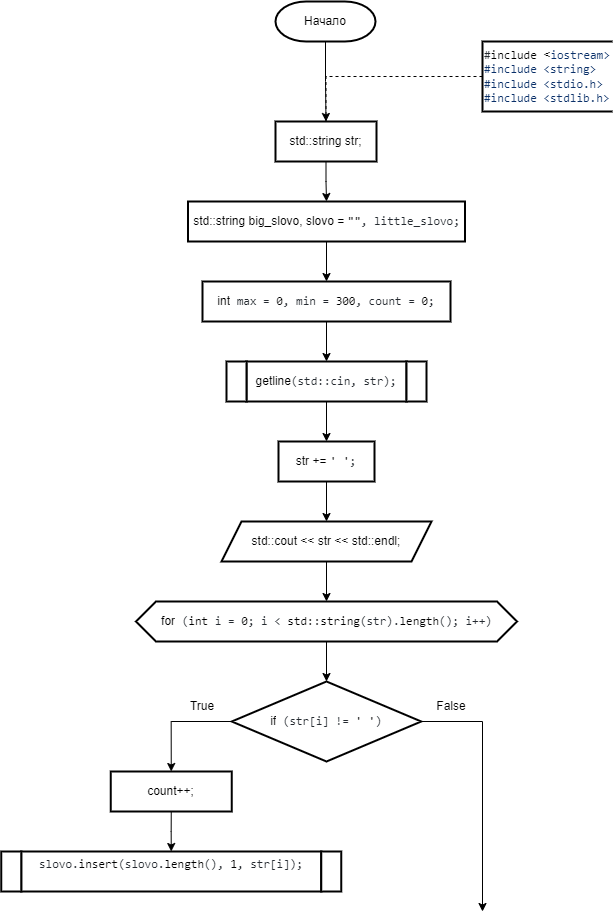
Above: 2 Семестр/Labs/6 Лаба/6 Лаба.png in IlyaFedoseev227/LABS-PNRPU-IVT-22-1b (draw.io), before the change. Source tidied: cells renumbered, new cells last; positions are measured from the earlier drawing's top-left corner, leaving out a move shared by most shapes.
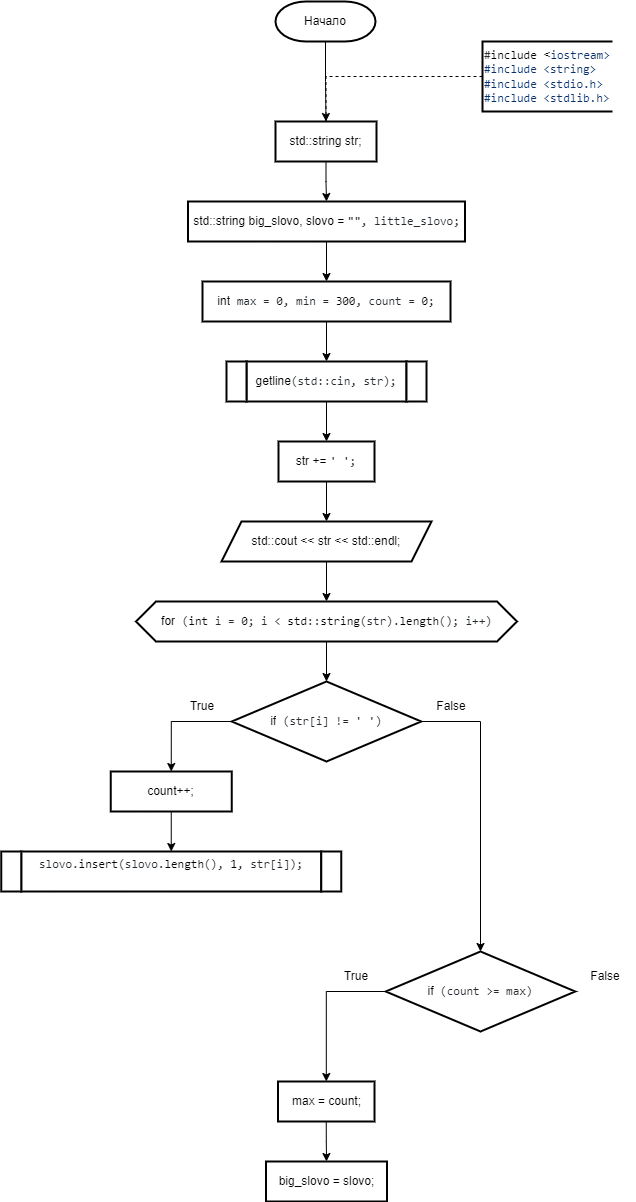
After the commit.

What changed in the source:
```diff
@@ -69,10 +69,8 @@
     <mxCell id="22" style="edgeStyle=orthogonalEdgeStyle;rounded=0;jettySize=auto;html=1;exitX=0;exitY=0.5;exitDx=0;exitDy=0;entryX=0.5;entryY=0;entryDx=0;entryDy=0;strokeWidth=1;endArrow=classic;endFill=1;" parent="1" edge="1" source="24" target="28">
       <mxGeometry relative="1" as="geometry" />
     </mxCell>
-    <mxCell id="23" style="edgeStyle=orthogonalEdgeStyle;rounded=0;jettySize=auto;html=1;exitX=1;exitY=0.5;exitDx=0;exitDy=0;strokeWidth=1;endArrow=classic;endFill=1;" parent="1" edge="1" source="24">
-      <mxGeometry relative="1" as="geometry">
-        <mxPoint x="481" y="910" as="targetPoint" />
-      </mxGeometry>
+    <mxCell id="23" style="edgeStyle=orthogonalEdgeStyle;rounded=0;jettySize=auto;html=1;exitX=1;exitY=0.5;exitDx=0;exitDy=0;strokeWidth=1;endArrow=classic;endFill=1;entryX=0.5;entryY=0;entryDx=0;entryDy=0;" parent="1" edge="1" source="24" target="33">
+      <mxGeometry relative="1" as="geometry" />
     </mxCell>
     <mxCell id="24" value="&lt;div style=&quot;text-align: start;&quot;&gt;if&lt;span style=&quot;color: rgb(36, 41, 47); font-family: ui-monospace, SFMono-Regular, &amp;quot;SF Mono&amp;quot;, Menlo, Consolas, &amp;quot;Liberation Mono&amp;quot;, monospace; background-color: rgb(255, 255, 255);&quot;&gt; (str[i] != &lt;/span&gt;&lt;span style=&quot;box-sizing: border-box; color: var(--color-prettylights-syntax-string); font-family: ui-monospace, SFMono-Regular, &amp;quot;SF Mono&amp;quot;, Menlo, Consolas, &amp;quot;Liberation Mono&amp;quot;, monospace; background-color: rgb(255, 255, 255);&quot; class=&quot;pl-s&quot;&gt;&lt;span style=&quot;box-sizing: border-box; color: var(--color-prettylights-syntax-string);&quot; class=&quot;pl-pds&quot;&gt;'&lt;/span&gt; &lt;span style=&quot;box-sizing: border-box; color: var(--color-prettylights-syntax-string);&quot; class=&quot;pl-pds&quot;&gt;'&lt;/span&gt;&lt;/span&gt;&lt;span style=&quot;color: rgb(36, 41, 47); font-family: ui-monospace, SFMono-Regular, &amp;quot;SF Mono&amp;quot;, Menlo, Consolas, &amp;quot;Liberation Mono&amp;quot;, monospace; background-color: rgb(255, 255, 255);&quot;&gt;)&lt;/span&gt;&lt;br&gt;&lt;/div&gt;" style="rhombus;whiteSpace=wrap;html=1;strokeWidth=2;" parent="1" vertex="1">
       <mxGeometry x="230.2" y="680" width="189.5" height="80" as="geometry" />
@@ -98,5 +96,26 @@
     <mxCell id="31" value="&lt;div style=&quot;text-align: start;&quot;&gt;&lt;br&gt;&lt;/div&gt;" style="shape=parallelogram;perimeter=parallelogramPerimeter;whiteSpace=wrap;html=1;fixedSize=1;strokeWidth=2;size=-6;" parent="1" vertex="1">
       <mxGeometry x="-0.2" y="850" width="20" height="40" as="geometry" />
     </mxCell>
+    <mxCell id="32" style="edgeStyle=orthogonalEdgeStyle;rounded=0;jettySize=auto;html=1;exitX=0;exitY=0.5;exitDx=0;exitDy=0;" parent="1" edge="1" source="33" target="37">
+      <mxGeometry relative="1" as="geometry" />
+    </mxCell>
+    <mxCell id="33" value="&lt;div style=&quot;text-align: start;&quot;&gt;if&lt;span style=&quot;color: rgb(36, 41, 47); font-family: ui-monospace, SFMono-Regular, &amp;quot;SF Mono&amp;quot;, Menlo, Consolas, &amp;quot;Liberation Mono&amp;quot;, monospace; background-color: rgb(255, 255, 255);&quot;&gt; (count &amp;gt;= max)&lt;/span&gt;&lt;br&gt;&lt;/div&gt;" style="rhombus;whiteSpace=wrap;html=1;strokeWidth=2;" parent="1" vertex="1">
+      <mxGeometry x="384.2" y="950" width="189.5" height="80" as="geometry" />
+    </mxCell>
+    <mxCell id="34" value="True" style="text;html=1;strokeColor=none;fillColor=none;align=center;verticalAlign=middle;whiteSpace=wrap;rounded=0;strokeWidth=2;" parent="1" vertex="1">
+      <mxGeometry x="325" y="960" width="60" height="30" as="geometry" />
+    </mxCell>
+    <mxCell id="35" value="False" style="text;html=1;strokeColor=none;fillColor=none;align=center;verticalAlign=middle;whiteSpace=wrap;rounded=0;strokeWidth=2;" parent="1" vertex="1">
+      <mxGeometry x="573.8" y="960" width="60" height="30" as="geometry" />
+    </mxCell>
+    <mxCell id="36" style="edgeStyle=orthogonalEdgeStyle;rounded=0;jettySize=auto;html=1;exitX=0.5;exitY=1;exitDx=0;exitDy=0;" parent="1" edge="1" source="37" target="38">
+      <mxGeometry relative="1" as="geometry" />
+    </mxCell>
+    <mxCell id="37" value="&lt;div style=&quot;text-align: start;&quot;&gt;max = count;&lt;br&gt;&lt;/div&gt;" style="shape=parallelogram;perimeter=parallelogramPerimeter;whiteSpace=wrap;html=1;fixedSize=1;strokeWidth=2;size=-6;" parent="1" vertex="1">
+      <mxGeometry x="276.5" y="1080" width="96.5" height="40" as="geometry" />
+    </mxCell>
+    <mxCell id="38" value="&lt;div style=&quot;text-align: start;&quot;&gt;big_slovo = slovo;&lt;br&gt;&lt;/div&gt;" style="shape=parallelogram;perimeter=parallelogramPerimeter;whiteSpace=wrap;html=1;fixedSize=1;strokeWidth=2;size=-6;" parent="1" vertex="1">
+      <mxGeometry x="264.5" y="1160" width="121" height="40" as="geometry" />
+    </mxCell>
   </root>
 </mxGraphModel>
```
